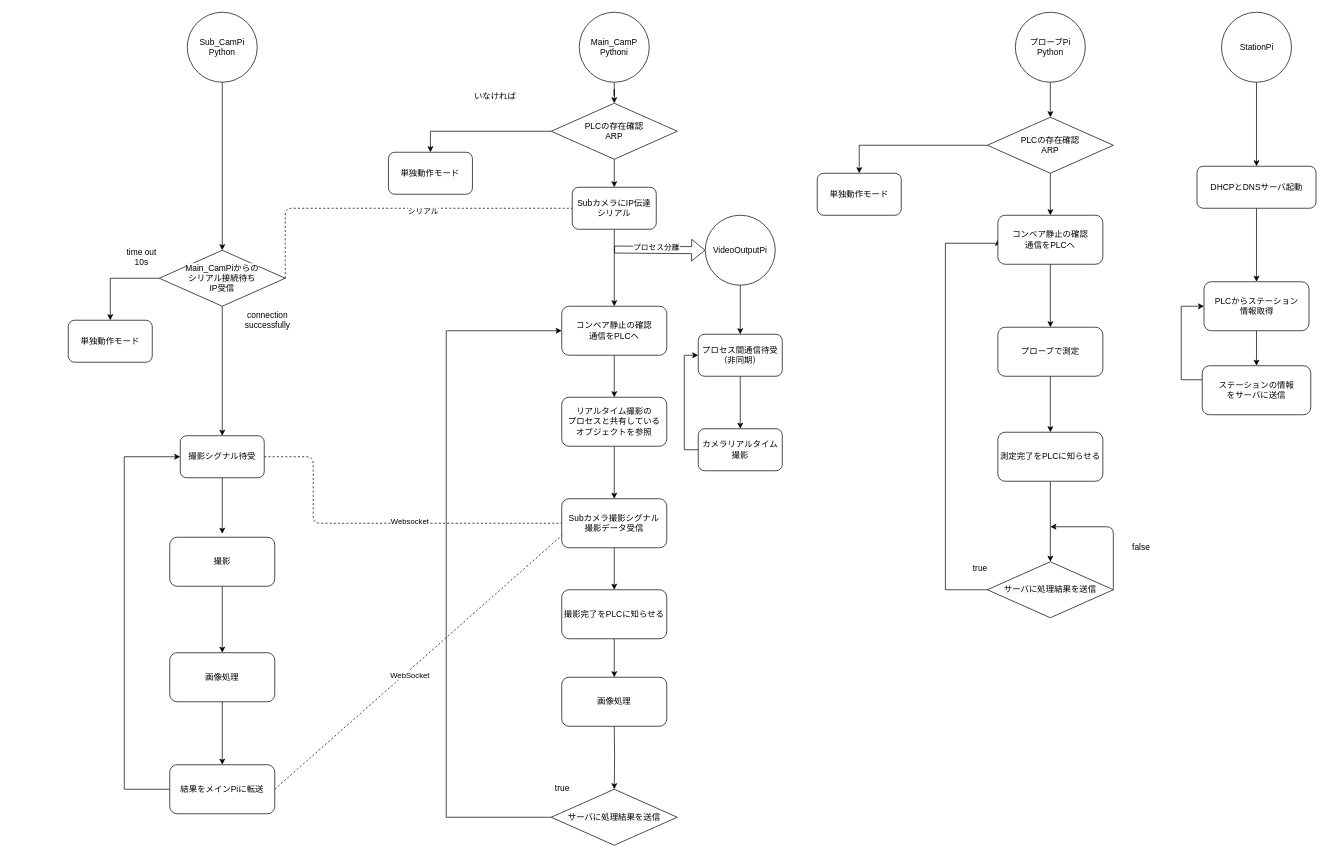
Above: 設計/フローチャート.drawio in chekke1999/kaihatukadai (draw.io), before the change. Source tidied: cells renumbered, new cells numbered last; positions are measured from the earlier drawing's top-left corner, leaving out a move shared by most shapes. Both pictures are drawn from the tidied source at 70%, with x=0, y=0 at pixel (68, 12).
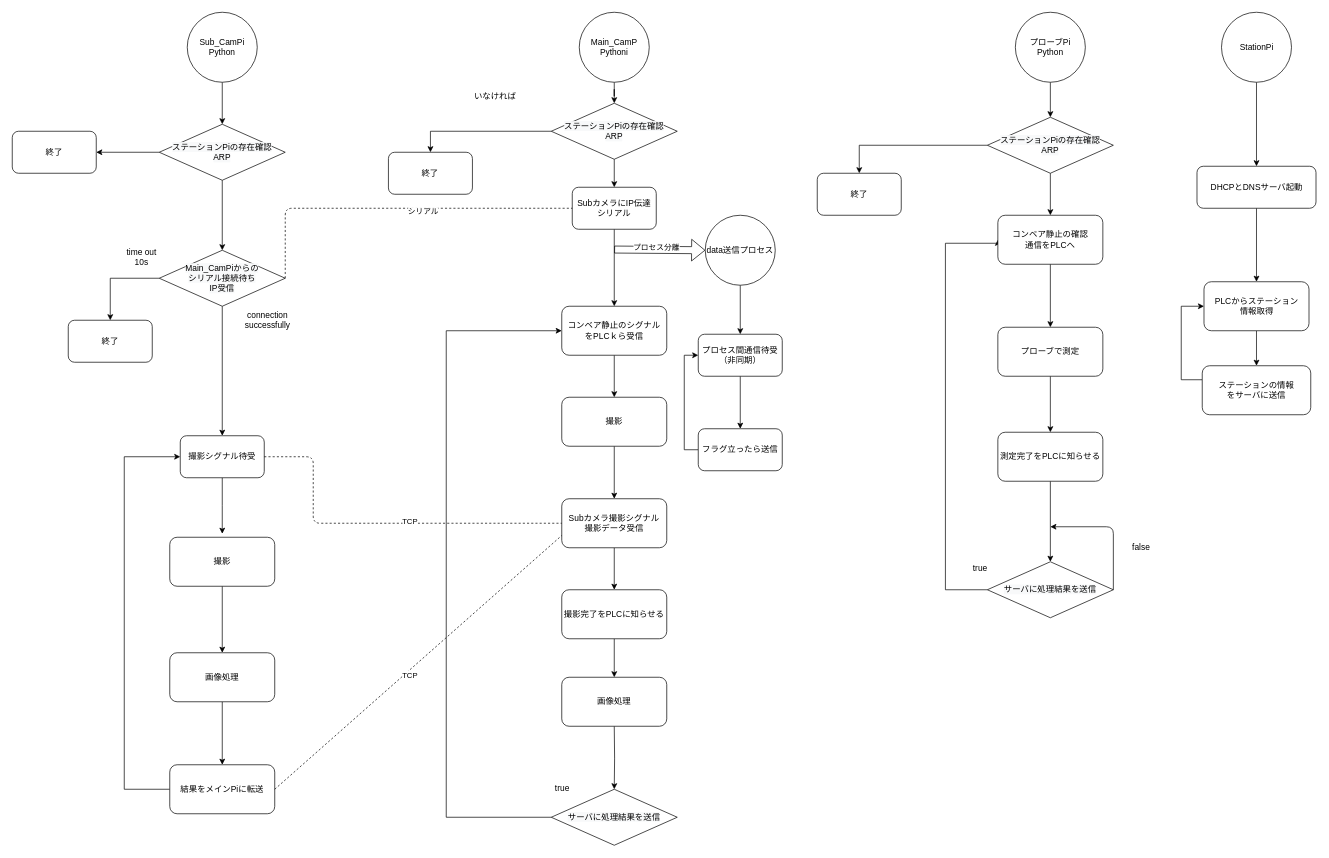
After the change.

Commit message:
フローチャート.drawio を更新します

Unchanged cells that the change refers to:
```xml
<mxCell id="43" value="Sub_CamPi&lt;br&gt;Python" style="ellipse;whiteSpace=wrap;html=1;" parent="1" vertex="1">
  <mxGeometry x="170" width="100" height="100" as="geometry" />
</mxCell>
<mxCell id="46" value="&lt;span style=&quot;color: rgb(0 , 0 , 0) ; font-family: &amp;#34;helvetica&amp;#34; ; font-size: 12px ; font-style: normal ; font-weight: 400 ; letter-spacing: normal ; text-align: center ; text-indent: 0px ; text-transform: none ; word-spacing: 0px ; background-color: rgb(248 , 249 , 250) ; display: inline ; float: none&quot;&gt;&lt;span style=&quot;font-family: &amp;#34;helvetica&amp;#34;&quot;&gt;Main_CamPi&lt;/span&gt;からの&lt;br&gt;シリアル接続待ち&lt;br&gt;IP受信&lt;br&gt;&lt;/span&gt;" style="rhombus;whiteSpace=wrap;html=1;" parent="1" vertex="1">
  <mxGeometry x="130" y="340" width="180" height="80" as="geometry" />
</mxCell>
<mxCell id="62" style="endArrow=none;dashed=1;html=1;exitX=1;exitY=0.5;exitDx=0;exitDy=0;entryX=0;entryY=0.5;entryDx=0;entryDy=0;" parent="1" edge="1" source="53" target="58">
  <mxGeometry relative="1" as="geometry">
    <Array as="points">
      <mxPoint x="350" y="635" />
      <mxPoint x="350" y="730" />
    </Array>
  </mxGeometry>
</mxCell>
<mxCell id="64" style="endArrow=none;dashed=1;html=1;exitX=1;exitY=0.5;exitDx=0;exitDy=0;entryX=0;entryY=0.75;entryDx=0;entryDy=0;" parent="1" edge="1" source="49" target="58">
  <mxGeometry relative="1" as="geometry" />
</mxCell>
```

Change to the diagram source:
```diff
@@
-    <mxCell id="9" value="&lt;span style=&quot;font-family: &amp;#34;helvetica&amp;#34;&quot;&gt;コンベア静止の確認&lt;/span&gt;&lt;br style=&quot;font-family: &amp;#34;helvetica&amp;#34;&quot;&gt;&lt;span style=&quot;font-family: &amp;#34;helvetica&amp;#34;&quot;&gt;通信をPLCへ&lt;/span&gt;" style="rounded=1;whiteSpace=wrap;html=1;" parent="1" vertex="1">
+    <mxCell id="9" value="&lt;span style=&quot;font-family: &amp;#34;helvetica&amp;#34;&quot;&gt;コンベア静止のシグナル&lt;br&gt;をPLCｋら受信&lt;br&gt;&lt;/span&gt;" style="rounded=1;whiteSpace=wrap;html=1;" parent="1" vertex="1">
       <mxGeometry x="705" y="420" width="150" height="70" as="geometry" />
     </mxCell>
@@
-    <mxCell id="11" value="リアルタイム撮影の&lt;br&gt;プロセスと共有している&lt;br&gt;オブジェクトを参照" style="rounded=1;whiteSpace=wrap;html=1;" parent="1" vertex="1">
+    <mxCell id="11" value="撮影" style="rounded=1;whiteSpace=wrap;html=1;" parent="1" vertex="1">
       <mxGeometry x="705" y="550" width="150" height="70" as="geometry" />
     </mxCell>
@@
-    <mxCell id="26" value="VideoOutputPi" style="ellipse;whiteSpace=wrap;html=1;" parent="1" vertex="1">
+    <mxCell id="26" value="data送信プロセス" style="ellipse;whiteSpace=wrap;html=1;" parent="1" vertex="1">
       <mxGeometry x="910" y="290" width="100" height="100" as="geometry" />
     </mxCell>
@@
-    <mxCell id="28" value="カメラリアルタイム撮影" style="rounded=1;whiteSpace=wrap;html=1;" parent="1" vertex="1">
+    <mxCell id="28" value="フラグ立ったら送信" style="rounded=1;whiteSpace=wrap;html=1;" parent="1" vertex="1">
       <mxGeometry x="900" y="595" width="120" height="60" as="geometry" />
     </mxCell>
@@
-    <mxCell id="41" value="&lt;span style=&quot;color: rgb(0 , 0 , 0) ; font-family: &amp;#34;helvetica&amp;#34; ; font-size: 12px ; font-style: normal ; font-weight: 400 ; letter-spacing: normal ; text-align: center ; text-indent: 0px ; text-transform: none ; word-spacing: 0px ; background-color: rgb(248 , 249 , 250) ; display: inline ; float: none&quot;&gt;PLCの存在確認&lt;br&gt;ARP&lt;br&gt;&lt;/span&gt;" style="rhombus;whiteSpace=wrap;html=1;" parent="1" vertex="1">
+    <mxCell id="41" value="&lt;span style=&quot;color: rgb(0 , 0 , 0) ; font-family: &amp;#34;helvetica&amp;#34; ; font-size: 12px ; font-style: normal ; font-weight: 400 ; letter-spacing: normal ; text-align: center ; text-indent: 0px ; text-transform: none ; word-spacing: 0px ; background-color: rgb(248 , 249 , 250) ; display: inline ; float: none&quot;&gt;ステーションPiの存在確認&lt;br&gt;ARP&lt;br&gt;&lt;/span&gt;" style="rhombus;whiteSpace=wrap;html=1;" parent="1" vertex="1">
       <mxGeometry x="690" y="130" width="180" height="80" as="geometry" />
     </mxCell>
-    <mxCell id="42" value="単独動作モード" style="rounded=1;whiteSpace=wrap;html=1;" parent="1" vertex="1">
+    <mxCell id="42" value="終了" style="rounded=1;whiteSpace=wrap;html=1;" parent="1" vertex="1">
       <mxGeometry x="457.4" y="200" width="120" height="60" as="geometry" />
     </mxCell>
+    <mxCell id="79" style="edgeStyle=orthogonalEdgeStyle;rounded=0;jettySize=auto;html=1;" parent="1" edge="1" source="43" target="82">
+      <mxGeometry relative="1" as="geometry" />
+    </mxCell>
@@
-    <mxCell id="61" value="単独動作モード" style="rounded=1;whiteSpace=wrap;html=1;" parent="1" vertex="1">
+    <mxCell id="61" value="終了" style="rounded=1;whiteSpace=wrap;html=1;" parent="1" vertex="1">
       <mxGeometry y="440" width="120" height="60" as="geometry" />
     </mxCell>
@@
-    <mxCell id="63" value="Websocket" style="edgeLabel;html=1;align=center;verticalAlign=middle;" parent="62" vertex="1">
+    <mxCell id="63" value="TCP" style="edgeLabel;html=1;align=center;verticalAlign=middle;" parent="62" vertex="1">
       <mxGeometry x="0.16" y="3" relative="1" as="geometry" />
     </mxCell>
@@
-    <mxCell id="65" value="WebSocket" style="edgeLabel;html=1;align=center;verticalAlign=middle;" parent="64" vertex="1">
+    <mxCell id="65" value="TCP" style="edgeLabel;html=1;align=center;verticalAlign=middle;" parent="64" vertex="1">
       <mxGeometry x="-0.08" y="-5" relative="1" as="geometry" />
     </mxCell>
-    <mxCell id="66" value="単独動作モード" style="rounded=1;whiteSpace=wrap;html=1;" parent="1" vertex="1">
+    <mxCell id="66" value="終了" style="rounded=1;whiteSpace=wrap;html=1;" parent="1" vertex="1">
       <mxGeometry x="1070" y="230" width="120" height="60" as="geometry" />
     </mxCell>
@@
-    <mxCell id="69" value="&lt;span style=&quot;color: rgb(0 , 0 , 0) ; font-family: &amp;#34;helvetica&amp;#34; ; font-size: 12px ; font-style: normal ; font-weight: 400 ; letter-spacing: normal ; text-align: center ; text-indent: 0px ; text-transform: none ; word-spacing: 0px ; background-color: rgb(248 , 249 , 250) ; display: inline ; float: none&quot;&gt;PLCの存在確認&lt;br&gt;ARP&lt;br&gt;&lt;/span&gt;" style="rhombus;whiteSpace=wrap;html=1;" parent="1" vertex="1">
+    <mxCell id="69" value="&lt;span style=&quot;color: rgb(0 , 0 , 0) ; font-family: &amp;#34;helvetica&amp;#34; ; font-size: 12px ; font-style: normal ; font-weight: 400 ; letter-spacing: normal ; text-align: center ; text-indent: 0px ; text-transform: none ; word-spacing: 0px ; background-color: rgb(248 , 249 , 250) ; display: inline ; float: none&quot;&gt;ステーションPiの存在確認&lt;br&gt;ARP&lt;br&gt;&lt;/span&gt;" style="rhombus;whiteSpace=wrap;html=1;" parent="1" vertex="1">
       <mxGeometry x="1313" y="150" width="180" height="80" as="geometry" />
     </mxCell>
-    <mxCell id="70" style="edgeStyle=orthogonalEdgeStyle;rounded=0;jettySize=auto;html=1;" parent="1" edge="1" source="43" target="46">
-      <mxGeometry relative="1" as="geometry" />
-    </mxCell>
@@
+    <mxCell id="80" style="edgeStyle=orthogonalEdgeStyle;rounded=0;jettySize=auto;html=1;" parent="1" edge="1" source="82" target="46">
+      <mxGeometry relative="1" as="geometry" />
+    </mxCell>
+    <mxCell id="81" style="edgeStyle=orthogonalEdgeStyle;rounded=0;jettySize=auto;html=1;" parent="1" edge="1" source="82" target="83">
+      <mxGeometry relative="1" as="geometry" />
+    </mxCell>
+    <mxCell id="82" value="&lt;span style=&quot;color: rgb(0 , 0 , 0) ; font-family: &amp;#34;helvetica&amp;#34; ; font-size: 12px ; font-style: normal ; font-weight: 400 ; letter-spacing: normal ; text-align: center ; text-indent: 0px ; text-transform: none ; word-spacing: 0px ; background-color: rgb(248 , 249 , 250) ; display: inline ; float: none&quot;&gt;ステーションPiの存在確認&lt;br&gt;ARP&lt;br&gt;&lt;/span&gt;" style="rhombus;whiteSpace=wrap;html=1;" parent="1" vertex="1">
+      <mxGeometry x="130" y="160" width="180" height="80" as="geometry" />
+    </mxCell>
+    <mxCell id="83" value="終了" style="rounded=1;whiteSpace=wrap;html=1;" parent="1" vertex="1">
+      <mxGeometry x="-80" y="170" width="120" height="60" as="geometry" />
+    </mxCell>
```
